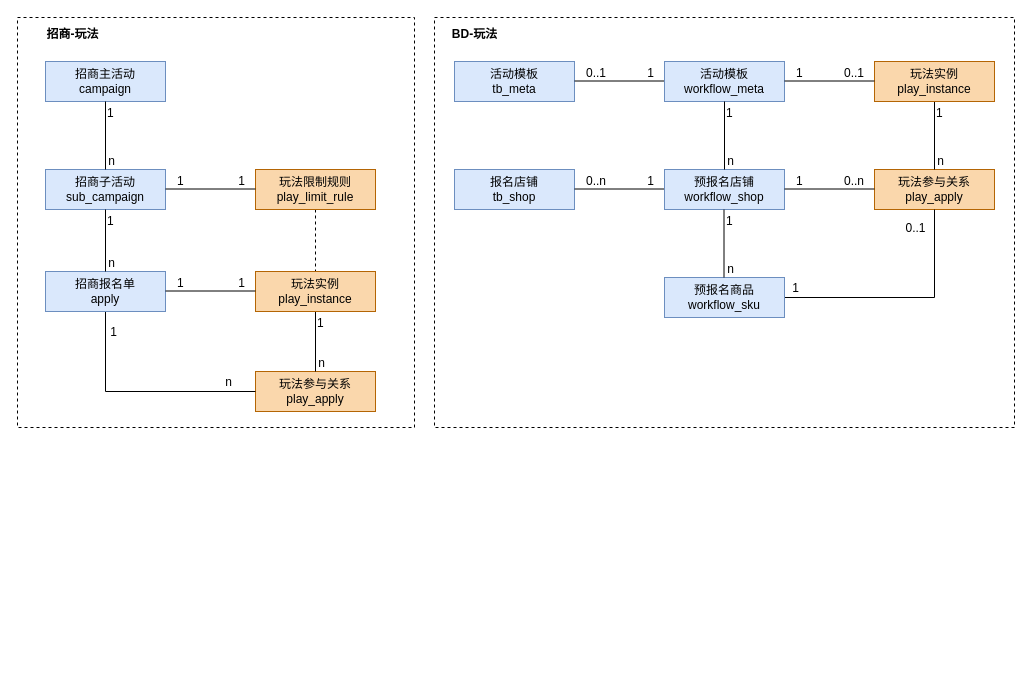
Above: page "行业模型映射" (9 of 11) of 营销架构升级.drawio in jon-kong/draw.io (draw.io), before the change. Source tidied: cells renumbered, new cells numbered last; positions are measured from the earlier drawing's top-left corner, leaving out a move shared by most shapes. Both pictures are drawn from the tidied source at 100%, with x=0, y=0 at pixel (17, 17).
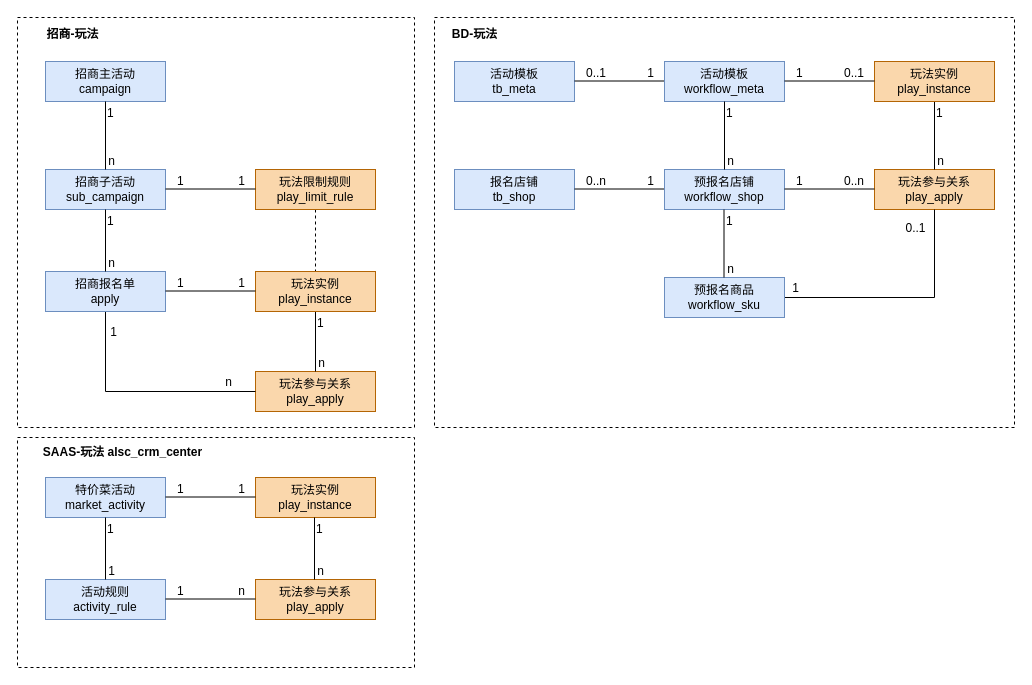
After the change.

Change to the diagram source:
```diff
@@
+    <mxCell id="62" style="rounded=0;whiteSpace=wrap;html=1;dashed=1;" parent="1" vertex="1">
+      <mxGeometry y="420" width="397" height="230" as="geometry" />
+    </mxCell>
+    <mxCell id="63" value="SAAS-玩法&amp;nbsp;alsc_crm_center" style="text;html=1;align=center;verticalAlign=middle;strokeColor=none;fillColor=none;fontStyle=1;" parent="1" vertex="1">
+      <mxGeometry y="420" width="210" height="30" as="geometry" />
+    </mxCell>
+    <mxCell id="64" value="玩法实例&lt;br&gt;play_instance" style="rounded=0;whiteSpace=wrap;html=1;fillColor=#fad7ac;strokeColor=#b46504;" parent="1" vertex="1">
+      <mxGeometry x="238" y="460" width="120" height="40" as="geometry" />
+    </mxCell>
+    <mxCell id="65" value="特价菜活动&lt;br&gt;market_activity" style="rounded=0;whiteSpace=wrap;html=1;fillColor=#dae8fc;strokeColor=#6c8ebf;" parent="1" vertex="1">
+      <mxGeometry x="28" y="460" width="120" height="40" as="geometry" />
+    </mxCell>
+    <mxCell id="66" style="endArrow=none;html=1;rounded=0;exitX=1;exitY=0.5;exitDx=0;exitDy=0;entryX=0;entryY=0.5;entryDx=0;entryDy=0;" parent="1" edge="1">
+      <mxGeometry relative="1" as="geometry">
+        <mxPoint x="148" y="479.5" as="sourcePoint" />
+        <mxPoint x="238" y="479.5" as="targetPoint" />
+      </mxGeometry>
+    </mxCell>
+    <mxCell id="67" value="1" style="html=1;align=left;verticalAlign=bottom;" parent="66" vertex="1">
+      <mxGeometry x="-1" relative="1" as="geometry">
+        <mxPoint x="10" as="offset" />
+      </mxGeometry>
+    </mxCell>
+    <mxCell id="68" value="1" style="html=1;align=right;verticalAlign=bottom;" parent="66" vertex="1">
+      <mxGeometry x="1" relative="1" as="geometry">
+        <mxPoint x="-10" as="offset" />
+      </mxGeometry>
+    </mxCell>
+    <mxCell id="69" value="活动规则&lt;br&gt;activity_rule" style="rounded=0;whiteSpace=wrap;html=1;fillColor=#dae8fc;strokeColor=#6c8ebf;" parent="1" vertex="1">
+      <mxGeometry x="28" y="562" width="120" height="40" as="geometry" />
+    </mxCell>
+    <mxCell id="70" style="endArrow=none;html=1;rounded=0;" parent="1" edge="1" source="65" target="69">
+      <mxGeometry relative="1" as="geometry" />
+    </mxCell>
+    <mxCell id="71" value="1" style="html=1;align=left;verticalAlign=bottom;" parent="70" vertex="1">
+      <mxGeometry x="-1" relative="1" as="geometry">
+        <mxPoint y="20" as="offset" />
+      </mxGeometry>
+    </mxCell>
+    <mxCell id="72" value="1" style="html=1;align=right;verticalAlign=bottom;" parent="70" vertex="1">
+      <mxGeometry x="1" relative="1" as="geometry">
+        <mxPoint x="10" as="offset" />
+      </mxGeometry>
+    </mxCell>
+    <mxCell id="73" value="玩法参与关系&lt;br&gt;play_apply" style="rounded=0;whiteSpace=wrap;html=1;fillColor=#fad7ac;strokeColor=#b46504;" parent="1" vertex="1">
+      <mxGeometry x="238" y="562" width="120" height="40" as="geometry" />
+    </mxCell>
+    <mxCell id="74" style="endArrow=none;html=1;rounded=0;exitX=1;exitY=0.5;exitDx=0;exitDy=0;entryX=0;entryY=0.5;entryDx=0;entryDy=0;" parent="1" edge="1">
+      <mxGeometry relative="1" as="geometry">
+        <mxPoint x="148" y="581.5" as="sourcePoint" />
+        <mxPoint x="238" y="581.5" as="targetPoint" />
+      </mxGeometry>
+    </mxCell>
+    <mxCell id="75" value="1" style="html=1;align=left;verticalAlign=bottom;" parent="74" vertex="1">
+      <mxGeometry x="-1" relative="1" as="geometry">
+        <mxPoint x="10" as="offset" />
+      </mxGeometry>
+    </mxCell>
+    <mxCell id="76" value="n" style="html=1;align=right;verticalAlign=bottom;" parent="74" vertex="1">
+      <mxGeometry x="1" relative="1" as="geometry">
+        <mxPoint x="-10" as="offset" />
+      </mxGeometry>
+    </mxCell>
+    <mxCell id="77" style="endArrow=none;html=1;rounded=0;" parent="1" edge="1">
+      <mxGeometry relative="1" as="geometry">
+        <mxPoint x="297" y="500" as="sourcePoint" />
+        <mxPoint x="297" y="562" as="targetPoint" />
+      </mxGeometry>
+    </mxCell>
+    <mxCell id="78" value="1" style="html=1;align=left;verticalAlign=bottom;" parent="77" vertex="1">
+      <mxGeometry x="-1" relative="1" as="geometry">
+        <mxPoint y="20" as="offset" />
+      </mxGeometry>
+    </mxCell>
+    <mxCell id="79" value="n" style="html=1;align=right;verticalAlign=bottom;" parent="77" vertex="1">
+      <mxGeometry x="1" relative="1" as="geometry">
+        <mxPoint x="10" as="offset" />
+      </mxGeometry>
+    </mxCell>
```
